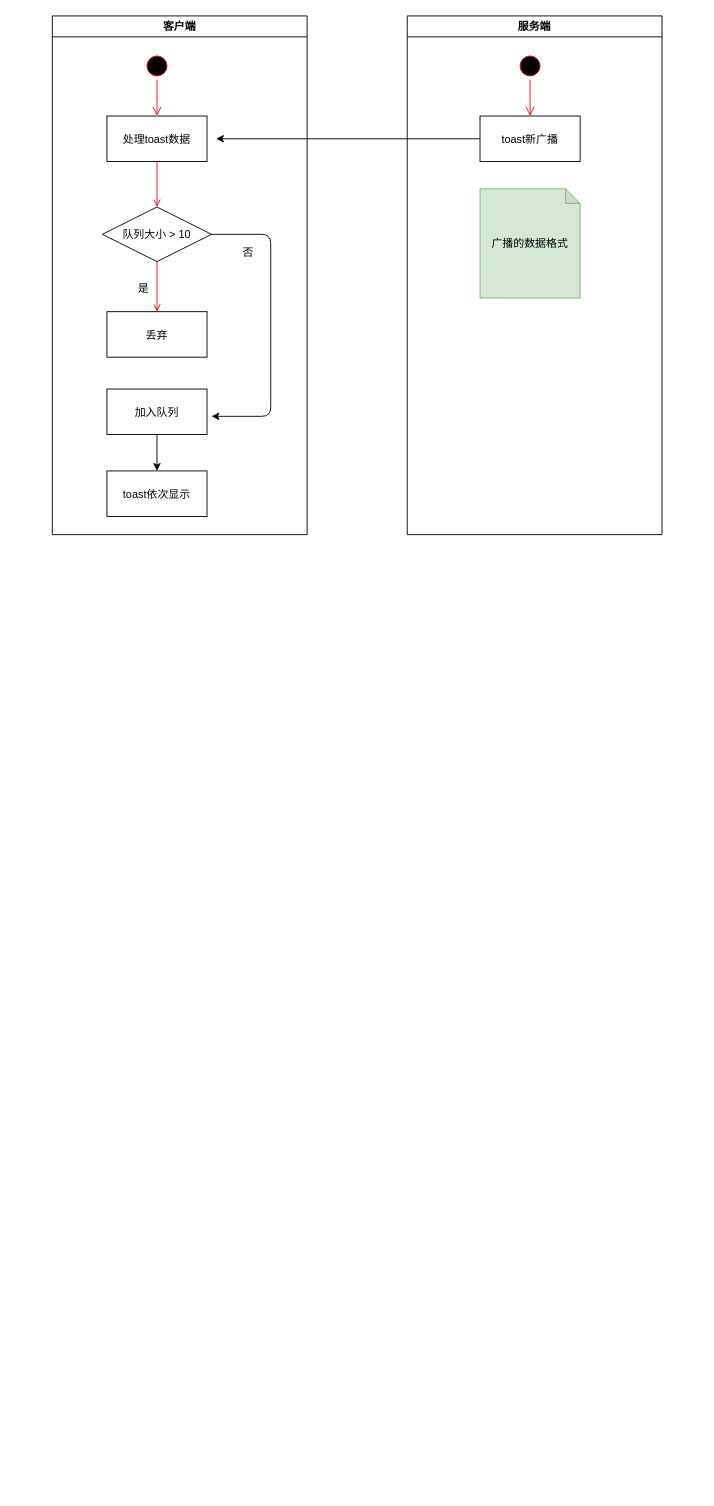
lgq895767507/MyHello keeps this draw.io diagram as virture.drawio. Above is the earlier version. Source tidied: cells renumbered, new cells numbered last; positions are measured from the earlier drawing's top-left corner, leaving out a move shared by most shapes. Both pictures are drawn from the tidied source at 91%, with x=0, y=0 at pixel (52, 15).
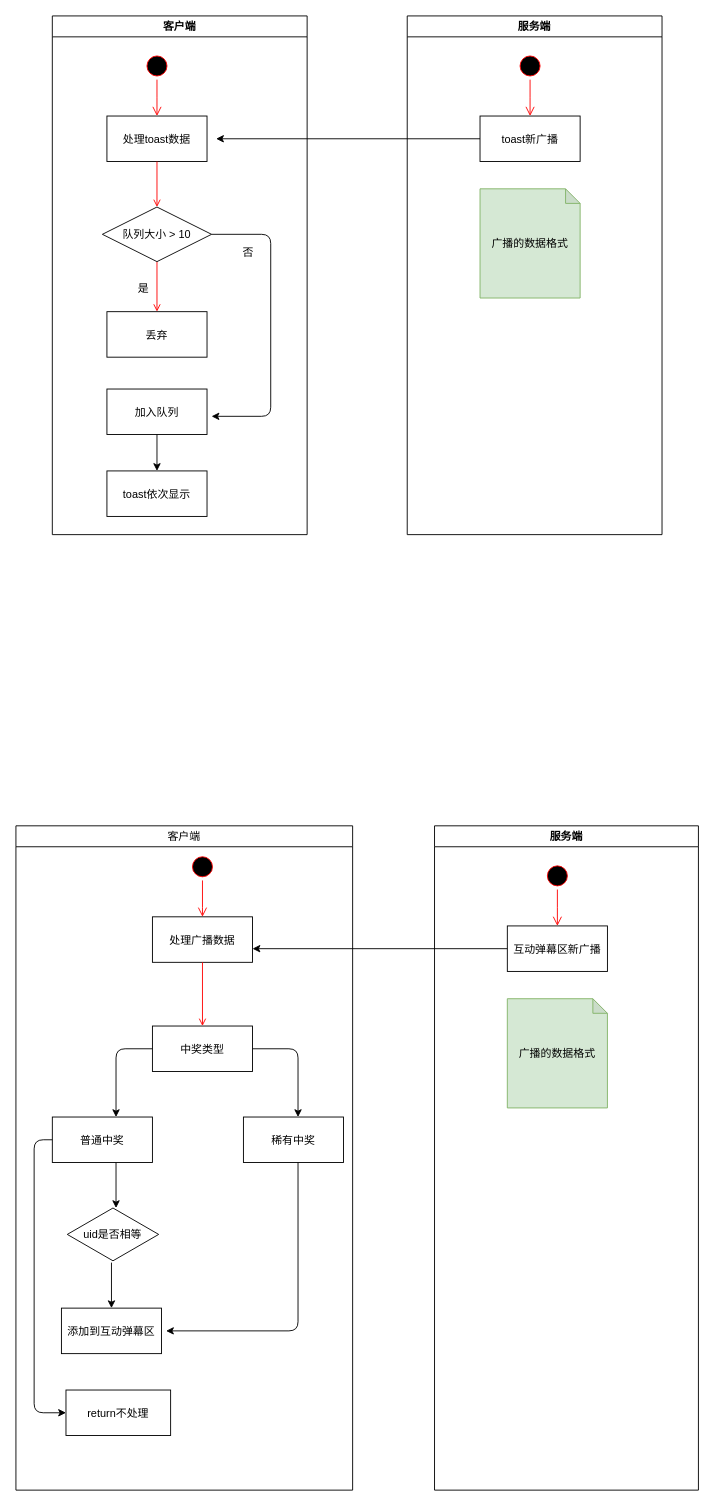
The same diagram, later.

What changed in the source:
```diff
@@
+    <mxCell id="22" value="客户端" style="swimlane;whiteSpace=wrap;fontStyle=0;" parent="1" vertex="1">
+      <mxGeometry x="-40" y="890" width="370" height="730" as="geometry" />
+    </mxCell>
+    <mxCell id="23" style="ellipse;shape=startState;fillColor=#000000;strokeColor=#ff0000;" parent="22" vertex="1">
+      <mxGeometry x="190" y="30" width="30" height="30" as="geometry" />
+    </mxCell>
+    <mxCell id="24" style="edgeStyle=elbowEdgeStyle;elbow=horizontal;verticalAlign=bottom;endArrow=open;endSize=8;strokeColor=#FF0000;endFill=1;rounded=0;" parent="22" edge="1" target="25">
+      <mxGeometry x="135" y="40" as="geometry">
+        <mxPoint x="205" y="60" as="sourcePoint" />
+        <Array as="points">
+          <mxPoint x="205" y="90" />
+        </Array>
+      </mxGeometry>
+    </mxCell>
+    <mxCell id="25" value="处理广播数据" parent="22" vertex="1">
+      <mxGeometry x="150" y="100" width="110" height="50" as="geometry" />
+    </mxCell>
+    <mxCell id="26" style="endArrow=open;strokeColor=#FF0000;endFill=1;rounded=0;entryX=0.5;entryY=0;entryDx=0;entryDy=0;" parent="22" edge="1" source="25" target="29">
+      <mxGeometry relative="1" as="geometry" />
+    </mxCell>
+    <mxCell id="27" value="普通中奖" parent="22" vertex="1">
+      <mxGeometry x="40" y="320" width="110" height="50" as="geometry" />
+    </mxCell>
+    <mxCell id="28" value="稀有中奖" parent="22" vertex="1">
+      <mxGeometry x="250" y="320" width="110" height="50" as="geometry" />
+    </mxCell>
+    <mxCell id="29" value="中奖类型" parent="22" vertex="1">
+      <mxGeometry x="150" y="220" width="110" height="50" as="geometry" />
+    </mxCell>
+    <mxCell id="30" style="edgeStyle=segmentEdgeStyle;endArrow=classic;html=1;entryX=0.5;entryY=0;entryDx=0;entryDy=0;" parent="22" edge="1" source="29">
+      <mxGeometry relative="1" as="geometry">
+        <mxPoint x="310" y="320" as="targetPoint" />
+      </mxGeometry>
+    </mxCell>
+    <mxCell id="31" value="uid是否相等" style="html=1;whiteSpace=wrap;shape=isoRectangle;" parent="22" vertex="1">
+      <mxGeometry x="50" y="420" width="113.3" height="58" as="geometry" />
+    </mxCell>
+    <mxCell id="32" value="添加到互动弹幕区" parent="22" vertex="1">
+      <mxGeometry x="50" y="530" width="110" height="50" as="geometry" />
+    </mxCell>
+    <mxCell id="33" value="return不处理" parent="22" vertex="1">
+      <mxGeometry x="55" y="620" width="115" height="50" as="geometry" />
+    </mxCell>
+    <mxCell id="34" style="edgeStyle=segmentEdgeStyle;endArrow=classic;html=1;exitX=0;exitY=0.5;exitDx=0;exitDy=0;entryX=0.5;entryY=0;entryDx=0;entryDy=0;" parent="22" edge="1" source="29">
+      <mxGeometry relative="1" as="geometry">
+        <mxPoint x="110" y="320" as="targetPoint" />
+      </mxGeometry>
+    </mxCell>
+    <mxCell id="35" style="endArrow=classic;html=1;exitX=0.5;exitY=1;exitDx=0;exitDy=0;entryX=0.515;entryY=0;entryDx=0;entryDy=0;entryPerimeter=0;" parent="22" edge="1">
+      <mxGeometry relative="1" as="geometry">
+        <mxPoint x="110" y="370" as="sourcePoint" />
+        <mxPoint x="110" y="420" as="targetPoint" />
+      </mxGeometry>
+    </mxCell>
+    <mxCell id="36" style="edgeStyle=elbowEdgeStyle;elbow=vertical;endArrow=classic;html=1;exitX=0.5;exitY=1;exitDx=0;exitDy=0;entryX=1;entryY=0.5;entryDx=0;entryDy=0;" parent="22" edge="1">
+      <mxGeometry relative="1" as="geometry">
+        <mxPoint x="310" y="370" as="sourcePoint" />
+        <mxPoint x="165" y="555" as="targetPoint" />
+        <Array as="points">
+          <mxPoint x="205" y="555" />
+          <mxPoint x="295" y="555" />
+        </Array>
+      </mxGeometry>
+    </mxCell>
+    <mxCell id="37" style="endArrow=classic;html=1;entryX=0.5;entryY=0;entryDx=0;entryDy=0;" parent="22" edge="1" target="32">
+      <mxGeometry relative="1" as="geometry">
+        <mxPoint x="105" y="480" as="sourcePoint" />
+      </mxGeometry>
+    </mxCell>
+    <mxCell id="38" style="edgeStyle=elbowEdgeStyle;elbow=vertical;endArrow=classic;html=1;exitX=0;exitY=0.5;exitDx=0;exitDy=0;entryX=0;entryY=0.5;entryDx=0;entryDy=0;" parent="22" edge="1" source="27" target="33">
+      <mxGeometry relative="1" as="geometry">
+        <Array as="points">
+          <mxPoint x="20" y="470" />
+          <mxPoint x="10" y="495" />
+        </Array>
+      </mxGeometry>
+    </mxCell>
+    <mxCell id="39" value="服务端" style="swimlane;whiteSpace=wrap;" parent="1" vertex="1">
+      <mxGeometry x="420" y="890" width="290" height="730" as="geometry" />
+    </mxCell>
+    <mxCell id="40" style="ellipse;shape=startState;fillColor=#000000;strokeColor=#ff0000;" parent="39" vertex="1">
+      <mxGeometry x="120" y="40" width="30" height="30" as="geometry" />
+    </mxCell>
+    <mxCell id="41" style="edgeStyle=elbowEdgeStyle;elbow=horizontal;verticalAlign=bottom;endArrow=open;endSize=8;strokeColor=#FF0000;endFill=1;rounded=0;" parent="39" edge="1" source="40" target="42">
+      <mxGeometry x="40" y="20" as="geometry" />
+    </mxCell>
+    <mxCell id="42" value="互动弹幕区新广播" parent="39" vertex="1">
+      <mxGeometry x="80" y="110" width="110" height="50" as="geometry" />
+    </mxCell>
+    <mxCell id="43" value="广播的数据格式" style="shape=note;whiteSpace=wrap;html=1;backgroundOutline=1;darkOpacity=0.05;fillColor=#d5e8d4;strokeColor=#82b366;size=16;" parent="39" vertex="1">
+      <mxGeometry x="80" y="190" width="110" height="120" as="geometry" />
+    </mxCell>
+    <mxCell id="44" style="endArrow=classic;html=1;exitX=0;exitY=0.5;exitDx=0;exitDy=0;" parent="1" edge="1" source="42">
+      <mxGeometry relative="1" as="geometry">
+        <mxPoint x="220" y="1025" as="targetPoint" />
+      </mxGeometry>
+    </mxCell>
```
